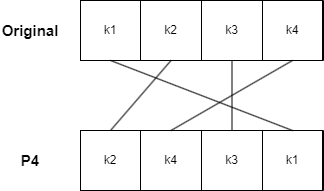
The draw.io diagram public/img/simpleDesPage/P4.png in hejzlzd1/EducrypterUHK, before a commit. Source tidied: cells renumbered, new cells last; positions are measured from the earlier drawing's top-left corner, leaving out a move shared by most shapes.
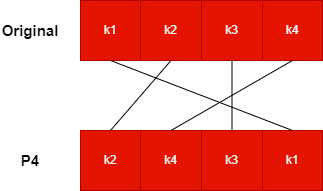
The same file after the commit.

What changed in the source:
```diff
@@ -3,33 +3,33 @@
     <mxCell id="0" />
     <mxCell id="1" parent="0" />
     <mxCell id="2" style="swimlane;startSize=0;" parent="1" vertex="1">
-      <mxGeometry x="80" width="243" height="60" as="geometry" />
+      <mxGeometry x="80" width="240" height="60" as="geometry" />
     </mxCell>
-    <mxCell id="3" value="k1" style="rounded=0;whiteSpace=wrap;html=1;" parent="2" vertex="1">
+    <mxCell id="3" value="k1" style="rounded=0;whiteSpace=wrap;html=1;fillColor=#e51400;fontColor=#ffffff;strokeColor=#B20000;" parent="2" vertex="1">
       <mxGeometry width="60" height="60" as="geometry" />
     </mxCell>
-    <mxCell id="4" value="k2" style="rounded=0;whiteSpace=wrap;html=1;" parent="2" vertex="1">
+    <mxCell id="4" value="k2" style="rounded=0;whiteSpace=wrap;html=1;fillColor=#e51400;fontColor=#ffffff;strokeColor=#B20000;" parent="2" vertex="1">
       <mxGeometry x="60" width="61" height="60" as="geometry" />
     </mxCell>
-    <mxCell id="5" value="k3" style="rounded=0;whiteSpace=wrap;html=1;" parent="2" vertex="1">
+    <mxCell id="5" value="k3" style="rounded=0;whiteSpace=wrap;html=1;fillColor=#e51400;fontColor=#ffffff;strokeColor=#B20000;" parent="2" vertex="1">
       <mxGeometry x="121" width="61" height="60" as="geometry" />
     </mxCell>
-    <mxCell id="6" value="k4" style="rounded=0;whiteSpace=wrap;html=1;" parent="2" vertex="1">
+    <mxCell id="6" value="k4" style="rounded=0;whiteSpace=wrap;html=1;fillColor=#e51400;fontColor=#ffffff;strokeColor=#B20000;" parent="2" vertex="1">
       <mxGeometry x="182" width="60" height="60" as="geometry" />
     </mxCell>
     <mxCell id="7" style="swimlane;startSize=0;" parent="1" vertex="1">
-      <mxGeometry x="80" y="130" width="243" height="60" as="geometry" />
+      <mxGeometry x="80" y="130" width="240" height="60" as="geometry" />
     </mxCell>
-    <mxCell id="8" value="k2" style="rounded=0;whiteSpace=wrap;html=1;" parent="7" vertex="1">
+    <mxCell id="8" value="k2" style="rounded=0;whiteSpace=wrap;html=1;fillColor=#e51400;fontColor=#ffffff;strokeColor=#B20000;" parent="7" vertex="1">
       <mxGeometry width="60" height="60" as="geometry" />
     </mxCell>
-    <mxCell id="9" value="k4" style="rounded=0;whiteSpace=wrap;html=1;" parent="7" vertex="1">
+    <mxCell id="9" value="k4" style="rounded=0;whiteSpace=wrap;html=1;fillColor=#e51400;fontColor=#ffffff;strokeColor=#B20000;" parent="7" vertex="1">
       <mxGeometry x="60" width="61" height="60" as="geometry" />
     </mxCell>
-    <mxCell id="10" value="k3" style="rounded=0;whiteSpace=wrap;html=1;" parent="7" vertex="1">
+    <mxCell id="10" value="k3" style="rounded=0;whiteSpace=wrap;html=1;fillColor=#e51400;fontColor=#ffffff;strokeColor=#B20000;" parent="7" vertex="1">
       <mxGeometry x="121" width="61" height="60" as="geometry" />
     </mxCell>
-    <mxCell id="11" value="k1" style="rounded=0;whiteSpace=wrap;html=1;" parent="7" vertex="1">
+    <mxCell id="11" value="k1" style="rounded=0;whiteSpace=wrap;html=1;fillColor=#e51400;fontColor=#ffffff;strokeColor=#B20000;" parent="7" vertex="1">
       <mxGeometry x="182" width="60" height="60" as="geometry" />
     </mxCell>
     <mxCell id="12" value="&lt;font style=&quot;font-size: 15px;&quot;&gt;&lt;b&gt;P4&lt;/b&gt;&lt;/font&gt;" style="text;html=1;strokeColor=none;fillColor=none;align=center;verticalAlign=middle;whiteSpace=wrap;rounded=0;" parent="1" vertex="1">
```
